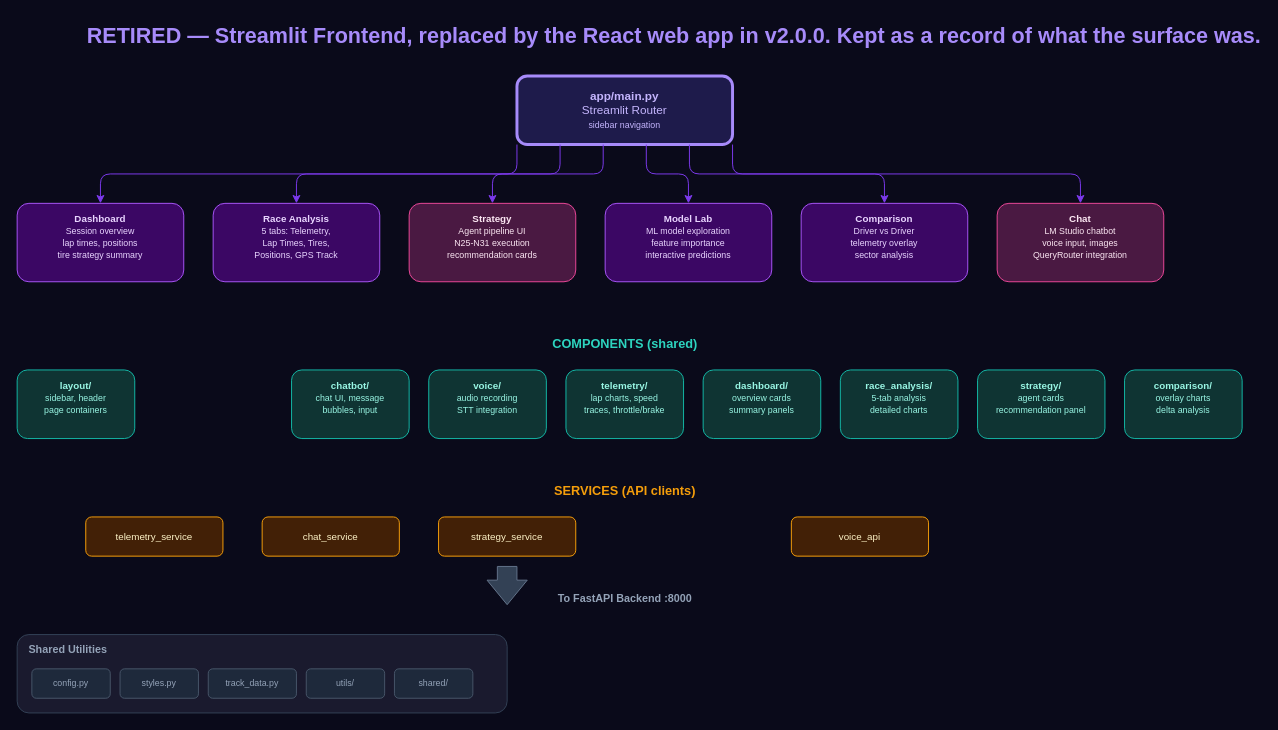
This is documents/dev_docs/diagrams/frontend_pages_streamlit_legacy.drawio from VforVitorio/F1_Strat_Manager, a draw.io file, before an edit. Source tidied: cells renumbered, new cells numbered last; positions are measured from the earlier drawing's top-left corner, leaving out a move shared by most shapes. Both pictures are drawn from the tidied source at 98%, with x=0, y=0 at pixel (17, 17).
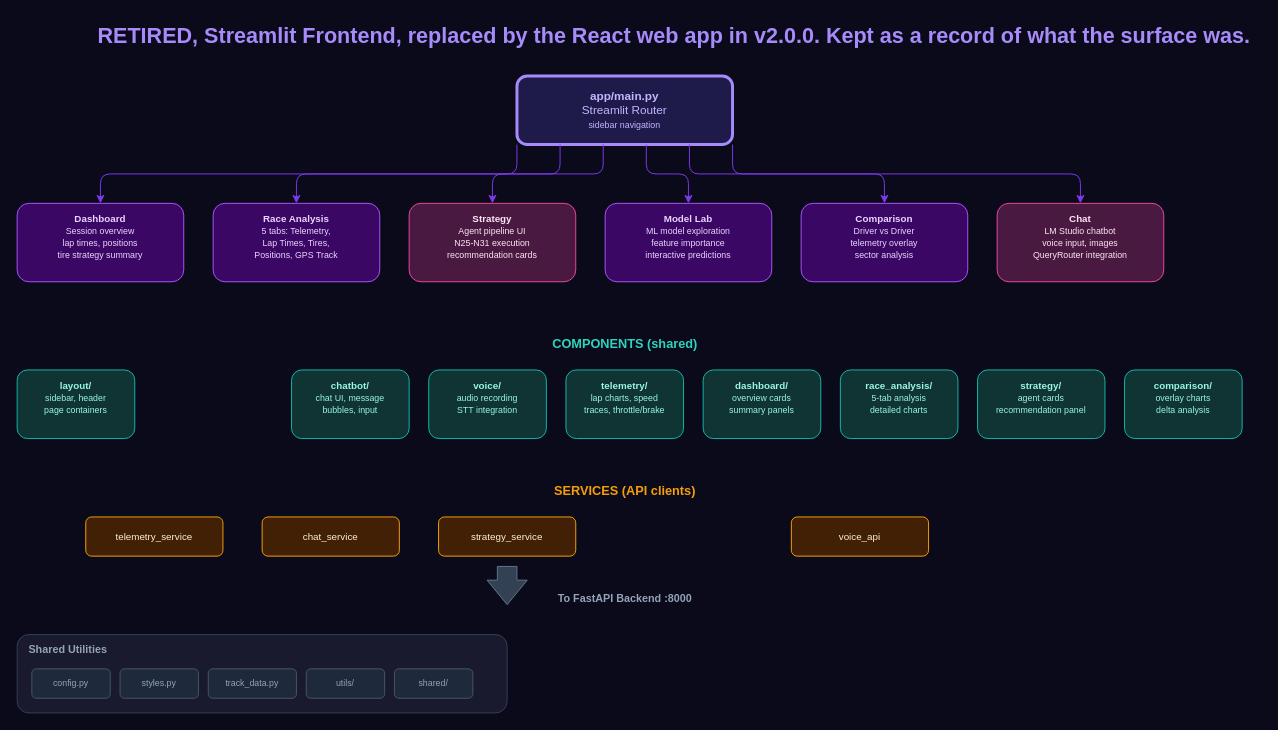
Above is the later version.

What changed in the source:
```diff
@@
-    <mxCell id="2" value="RETIRED — Streamlit Frontend, replaced by the React web app in v2.0.0. Kept as a record of what the surface was." style="text;html=1;align=center;verticalAlign=middle;fontSize=22;fontStyle=1;fontColor=#a78bfa;fillColor=none;strokeColor=none;" parent="1" vertex="1">
+    <mxCell id="2" value="RETIRED, Streamlit Frontend, replaced by the React web app in v2.0.0. Kept as a record of what the surface was." style="text;html=1;align=center;verticalAlign=middle;fontSize=22;fontStyle=1;fontColor=#a78bfa;fillColor=none;strokeColor=none;" parent="1" vertex="1">
       <mxGeometry x="220" width="900" height="40" as="geometry" />
     </mxCell>
```
